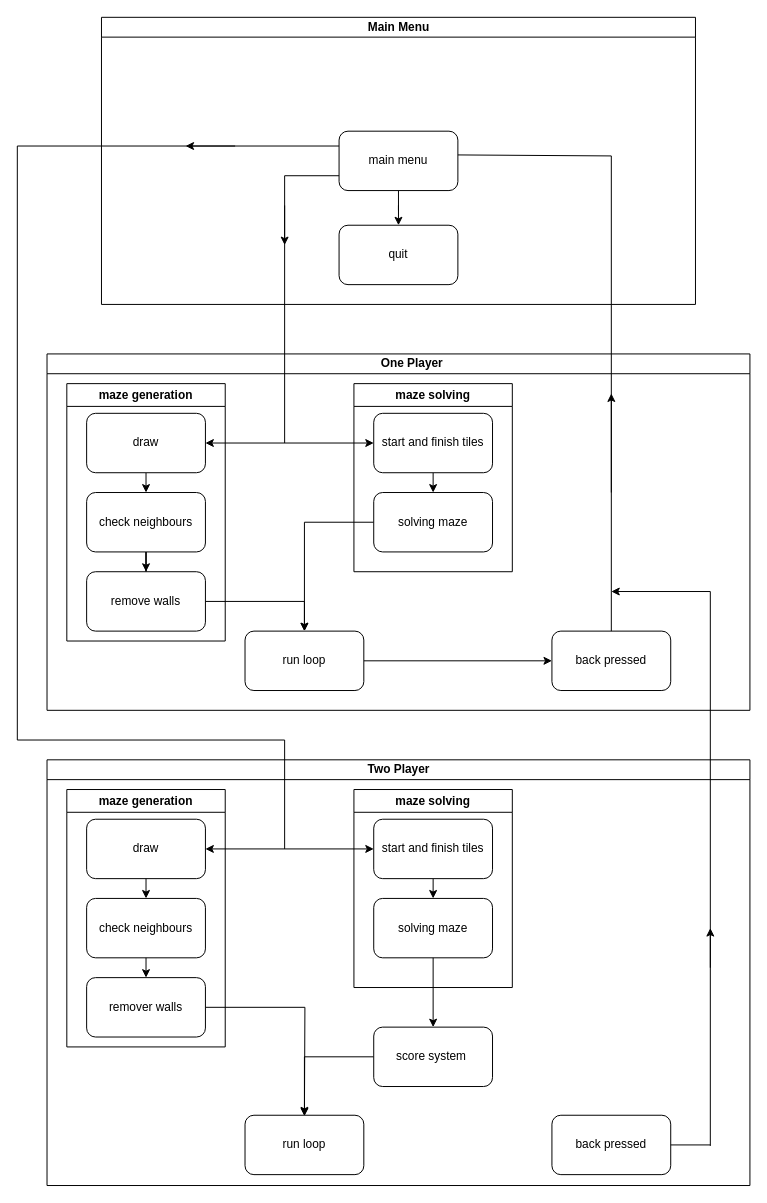
Before: algirthm link.drawio in fineagling/first-repo, a draw.io diagram. Source tidied: cells renumbered, new cells numbered last; positions are measured from the earlier drawing's top-left corner, leaving out a move shared by most shapes. Both pictures are drawn from the tidied source at 99%, with x=0, y=0 at pixel (17, 17).
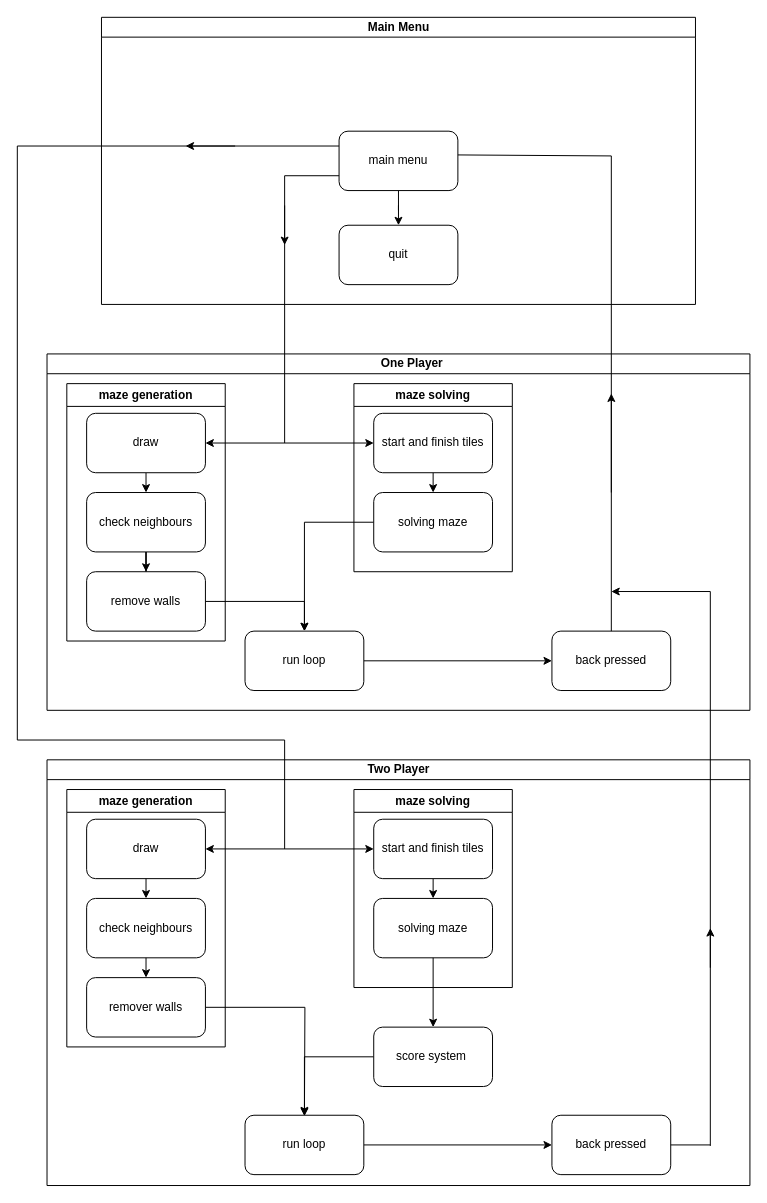
The same page after the edit.

The change refers to these unchanged cells:
```xml
<mxCell id="23" value="Two Player" style="swimlane;html=1;startSize=20;horizontal=1;containerType=tree;glass=0;" parent="1" vertex="1">
  <mxGeometry x="30" y="750" width="710" height="430" as="geometry" />
</mxCell>
<mxCell id="37" value="run loop" style="rounded=1;whiteSpace=wrap;html=1;" parent="23" vertex="1">
  <mxGeometry x="200" y="359" width="120" height="60" as="geometry" />
</mxCell>
<mxCell id="40" value="back pressed" style="rounded=1;whiteSpace=wrap;html=1;" parent="23" vertex="1">
  <mxGeometry x="510" y="359" width="120" height="60" as="geometry" />
</mxCell>
```

Diff of the diagram source:
```diff
@@
+    <mxCell id="56" style="edgeStyle=orthogonalEdgeStyle;rounded=0;jettySize=auto;html=1;exitX=1;exitY=0.5;exitDx=0;exitDy=0;" parent="23" edge="1" source="37" target="40">
+      <mxGeometry relative="1" as="geometry" />
+    </mxCell>
```
